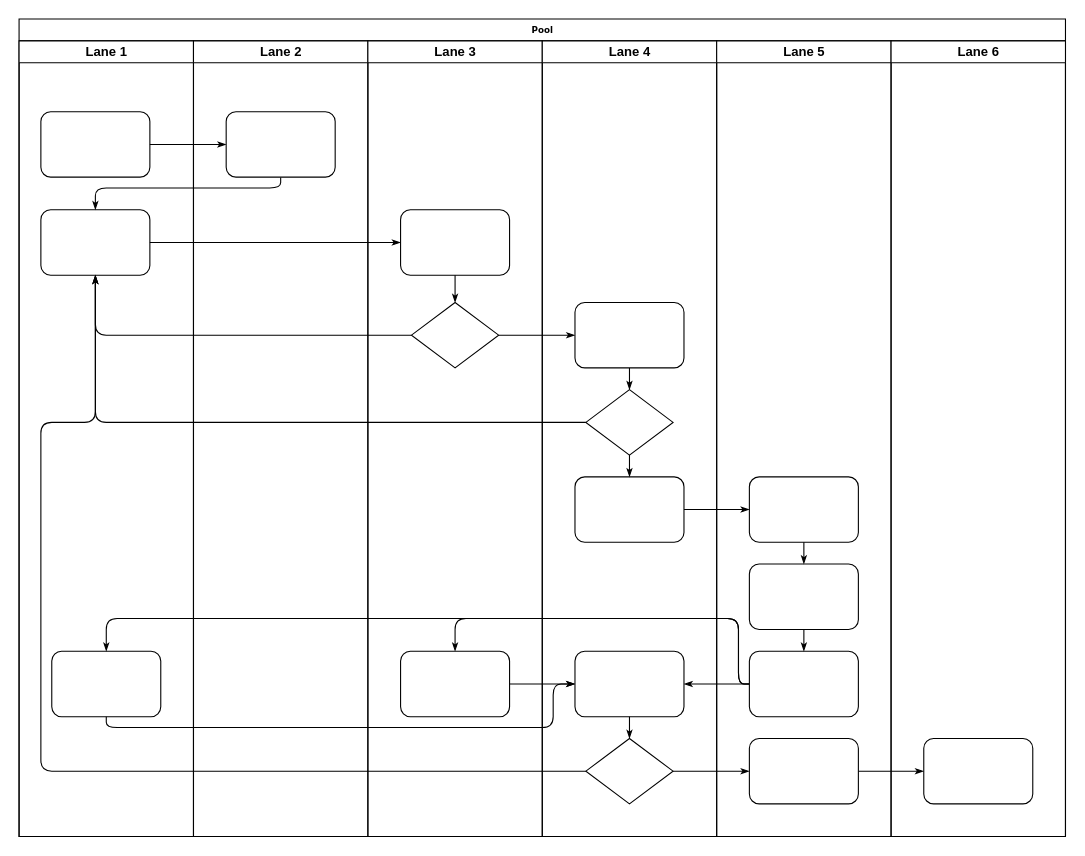
Earlier version of the draw.io diagram docs/Song state flowchart.drawio (kozaka-tv/Rocksmith-Servant). Source tidied: cells renumbered, new cells numbered last; positions are measured from the earlier drawing's top-left corner, leaving out a move shared by most shapes. Both pictures are drawn from the tidied source at 109%, with x=0, y=0 at pixel (19, 19).
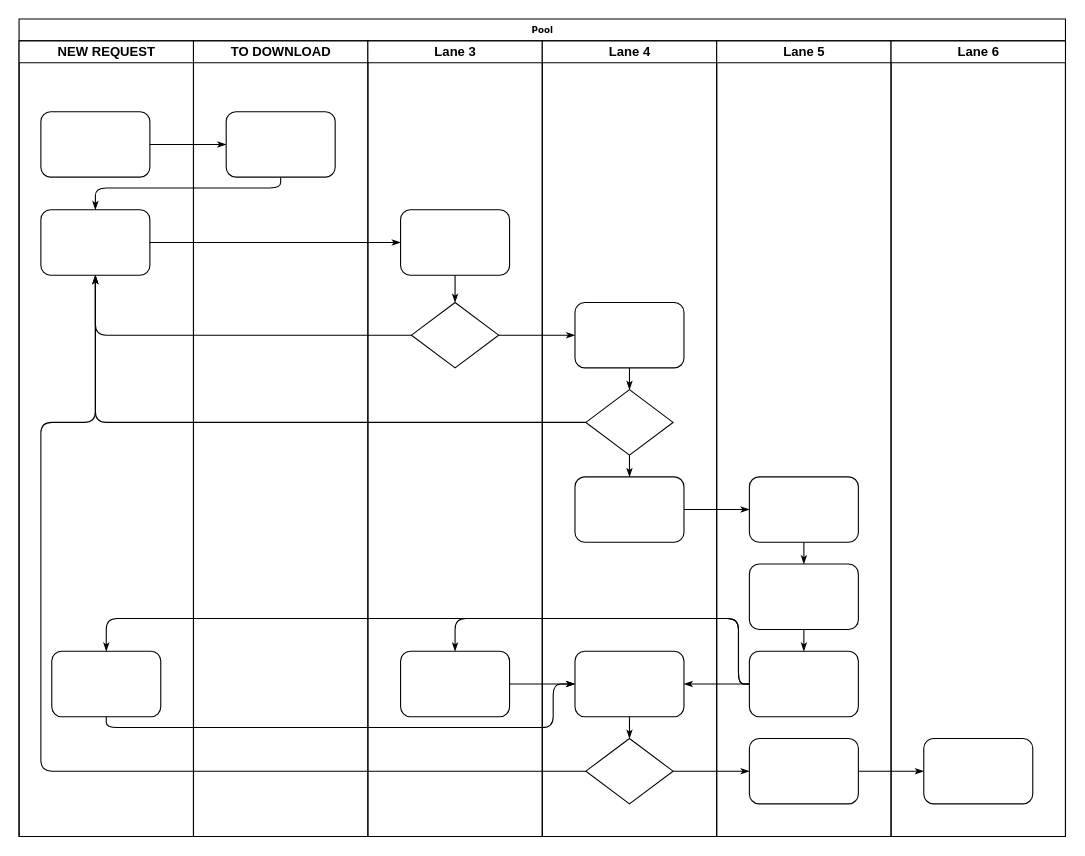
Above is the later version.

The change refers to these unchanged cells:
```xml
<mxCell id="2" value="Pool" style="swimlane;html=1;startSize=20;rounded=0;shadow=0;labelBackgroundColor=none;strokeWidth=1;fontFamily=Verdana;fontSize=8;align=center;" parent="1" vertex="1">
  <mxGeometry width="960" height="750" as="geometry" />
</mxCell>
```

Diff of the diagram source:
```diff
@@
-    <mxCell id="3" value="Lane 1" style="swimlane;html=1;startSize=20;" parent="2" vertex="1">
+    <mxCell id="3" value="NEW REQUEST" style="swimlane;html=1;startSize=20;" parent="2" vertex="1">
       <mxGeometry y="20" width="160" height="730" as="geometry" />
     </mxCell>
@@
-    <mxCell id="22" value="Lane 2" style="swimlane;html=1;startSize=20;" parent="2" vertex="1">
+    <mxCell id="22" value="TO DOWNLOAD" style="swimlane;html=1;startSize=20;" parent="2" vertex="1">
       <mxGeometry x="160" y="20" width="160" height="730" as="geometry" />
     </mxCell>
```
